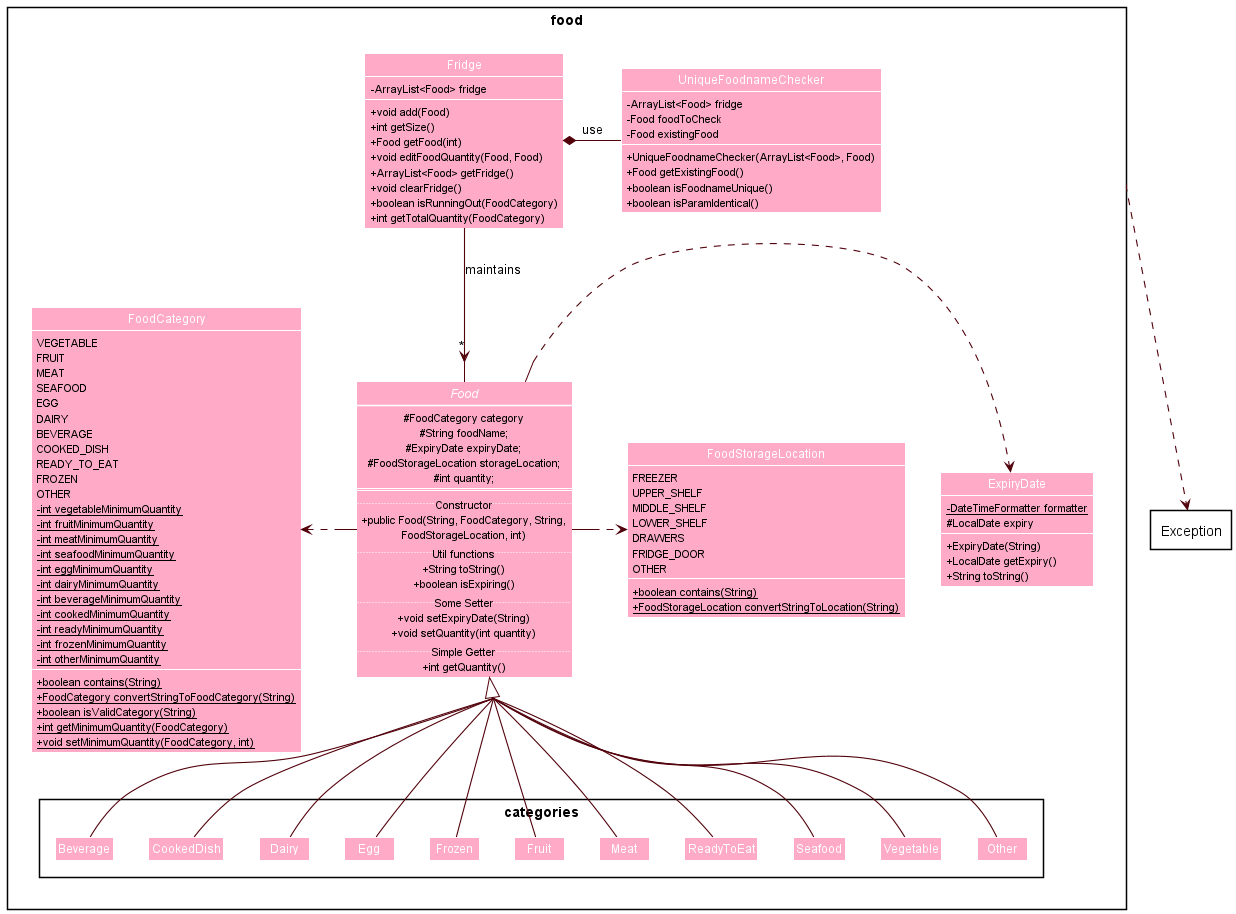
Above: docs/diagrams/diagram_images/FoodClassDiagram.png in nus-cs2113-AY2021S2/tp (PlantUML), before the change. Source of this version:
```plantuml
@startuml
!include style.puml
allow_mixing
skinparam arrowThickness 1.1
skinparam arrowColor FOOD_COLOR_T4
skinparam classAttributeIconSize 0
skinparam classBackgroundColor FOOD_COLOR_T1
skinparam classAttributeIconSize 0
skinparam groupInheritance 3

package food <<Rectangle>> {
  abstract class Food
  package categories <<Rectangle>> {
  class Beverage
  class CookedDish
  class Dairy
  class Egg
  class Frozen
  class Fruit
  class Meat
  class ReadyToEat
  class Seafood
  class Vegetable
  class Other
  }
  enum FoodCategory
  enum FoodStorageLocation
  class ExpiryDate
  class Fridge
  class UniqueFoodnameChecker
}

abstract class Food {
  # FoodCategory category
  # String foodName;
  # ExpiryDate expiryDate;
  # FoodStorageLocation storageLocation;
  # int quantity;
  ==
  .. Constructor ..
  + public Food(String, FoodCategory, String,
                    FoodStorageLocation, int)
  .. Util functions ..
  + String toString()
  + boolean isExpiring()
  .. Some Setter ..
  + void setExpiryDate(String)
  + void setQuantity(int quantity)
  .. Simple Getter ..
  + int getQuantity()
}



Food <|-- Beverage
Food <|-- CookedDish
Food <|-- Dairy
Food <|-- Egg
Food <|-- Frozen
Food <|-- Fruit
Food <|-- Meat
Food <|-- ReadyToEat
Food <|-- Seafood
Food <|-- Vegetable
Food <|-- Other

class ExpiryDate {
    - {static} DateTimeFormatter formatter
    # LocalDate expiry
    + ExpiryDate(String)
    + LocalDate getExpiry()
    + String toString()
}

Food .right.> ExpiryDate

class Fridge {
    - ArrayList<Food> fridge
    + void add(Food)
    + int getSize()
    + Food getFood(int)
    + void editFoodQuantity(Food, Food)
    + ArrayList<Food> getFridge()
    + void clearFridge()
    + boolean isRunningOut(FoodCategory)
    + int getTotalQuantity(FoodCategory)
}

Fridge -down-> "*" Food : maintains

class UniqueFoodnameChecker {
    - ArrayList<Food> fridge
    - Food foodToCheck
    - Food existingFood
    + UniqueFoodnameChecker(ArrayList<Food>, Food)
    + Food getExistingFood()
    + boolean isFoodnameUnique()
    + boolean isParamIdentical()
}

Fridge *-right- "UniqueFoodnameChecker" : use

enum FoodStorageLocation {
    FREEZER
    UPPER_SHELF
    MIDDLE_SHELF
    LOWER_SHELF
    DRAWERS
    FRIDGE_DOOR
    OTHER
    + {static} boolean contains(String)
    + {static} FoodStorageLocation convertStringToLocation(String)
}

Food .right.> FoodStorageLocation

enum FoodCategory {
    VEGETABLE
    FRUIT
    MEAT
    SEAFOOD
    EGG
    DAIRY
    BEVERAGE
    COOKED_DISH
    READY_TO_EAT
    FROZEN
    OTHER
    - {static} int vegetableMinimumQuantity
    - {static} int fruitMinimumQuantity
    - {static} int meatMinimumQuantity
    - {static} int seafoodMinimumQuantity
    - {static} int eggMinimumQuantity
    - {static} int dairyMinimumQuantity
    - {static} int beverageMinimumQuantity
    - {static} int cookedMinimumQuantity
    - {static} int readyMinimumQuantity
    - {static} int frozenMinimumQuantity
    - {static} int otherMinimumQuantity
    + {static} boolean contains(String)
    + {static} FoodCategory convertStringToFoodCategory(String)
    + {static} boolean isValidCategory(String)
    + {static} int getMinimumQuantity(FoodCategory)
    + {static} void setMinimumQuantity(FoodCategory, int)
}

Food .left.> FoodCategory

package Exception <<Rectangle>> {

}

food ..> Exception


@enduml
```
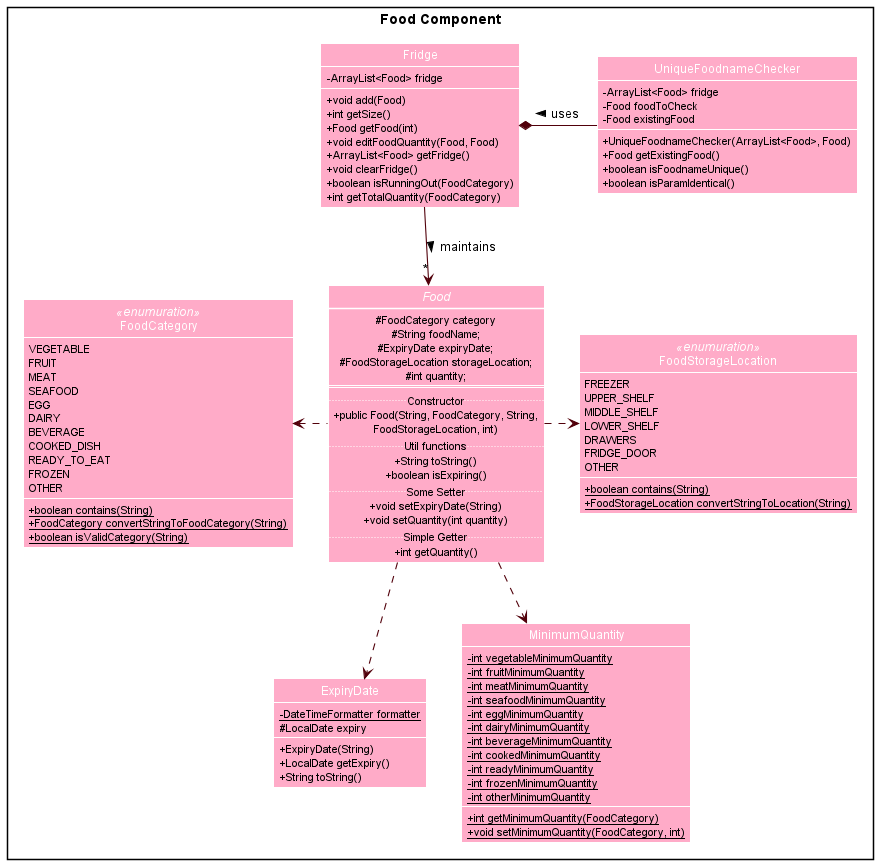
The same file after the commit.

Commit message:
Modified Food Component Diagram

Change to the diagram source:
```diff
@@ -1,4 +1,4 @@
-@startuml
+@startuml FoodClassDiagram
 !include style.puml
 allow_mixing
 skinparam arrowThickness 1.1
@@ -8,26 +8,14 @@
 skinparam classAttributeIconSize 0
 skinparam groupInheritance 3
 
-package food <<Rectangle>> {
+package "Food Component" <<Rectangle>> {
   abstract class Food
-  package categories <<Rectangle>> {
-  class Beverage
-  class CookedDish
-  class Dairy
-  class Egg
-  class Frozen
-  class Fruit
-  class Meat
-  class ReadyToEat
-  class Seafood
-  class Vegetable
-  class Other
-  }
   enum FoodCategory
   enum FoodStorageLocation
   class ExpiryDate
   class Fridge
   class UniqueFoodnameChecker
+  class MinimumQuantity
 }
 
 abstract class Food {
@@ -50,20 +38,6 @@
   + int getQuantity()
 }
 
-
-
-Food <|-- Beverage
-Food <|-- CookedDish
-Food <|-- Dairy
-Food <|-- Egg
-Food <|-- Frozen
-Food <|-- Fruit
-Food <|-- Meat
-Food <|-- ReadyToEat
-Food <|-- Seafood
-Food <|-- Vegetable
-Food <|-- Other
-
 class ExpiryDate {
     - {static} DateTimeFormatter formatter
     # LocalDate expiry
@@ -72,7 +46,7 @@
     + String toString()
 }
 
-Food .right.> ExpiryDate
+Food ..> ExpiryDate
 
 class Fridge {
     - ArrayList<Food> fridge
@@ -86,7 +60,7 @@
     + int getTotalQuantity(FoodCategory)
 }
 
-Fridge -down-> "*" Food : maintains
+Fridge --> "*" Food : maintains >
 
 class UniqueFoodnameChecker {
     - ArrayList<Food> fridge
@@ -98,9 +72,9 @@
     + boolean isParamIdentical()
 }
 
-Fridge *-right- "UniqueFoodnameChecker" : use
+Fridge *-right- "UniqueFoodnameChecker" : uses <
 
-enum FoodStorageLocation {
+enum FoodStorageLocation <<enumuration>> {
     FREEZER
     UPPER_SHELF
     MIDDLE_SHELF
@@ -114,7 +88,7 @@
 
 Food .right.> FoodStorageLocation
 
-enum FoodCategory {
+enum FoodCategory <<enumuration>> {
     VEGETABLE
     FRUIT
     MEAT
@@ -126,6 +100,14 @@
     READY_TO_EAT
     FROZEN
     OTHER
+    + {static} boolean contains(String)
+    + {static} FoodCategory convertStringToFoodCategory(String)
+    + {static} boolean isValidCategory(String)
+}
+
+Food .left.> FoodCategory
+
+class MinimumQuantity {
     - {static} int vegetableMinimumQuantity
     - {static} int fruitMinimumQuantity
     - {static} int meatMinimumQuantity
@@ -137,20 +119,10 @@
     - {static} int readyMinimumQuantity
     - {static} int frozenMinimumQuantity
     - {static} int otherMinimumQuantity
-    + {static} boolean contains(String)
-    + {static} FoodCategory convertStringToFoodCategory(String)
-    + {static} boolean isValidCategory(String)
     + {static} int getMinimumQuantity(FoodCategory)
     + {static} void setMinimumQuantity(FoodCategory, int)
 }
 
-Food .left.> FoodCategory
-
-package Exception <<Rectangle>> {
-
-}
-
-food ..> Exception
-
+Food ..> MinimumQuantity
 
 @enduml
```
